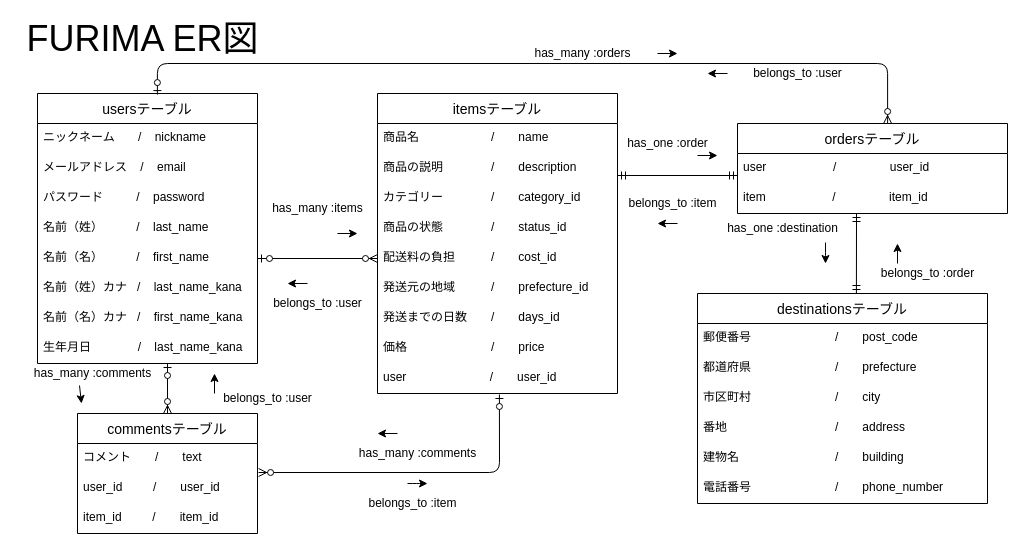
Earlier version of the draw.io diagram test.dio (UzTk4/furima-38183). Source tidied: cells renumbered, new cells numbered last; positions are measured from the earlier drawing's top-left corner, leaving out a move shared by most shapes. Both pictures are drawn from the tidied source at 100%, with x=0, y=0 at pixel (17, 23).
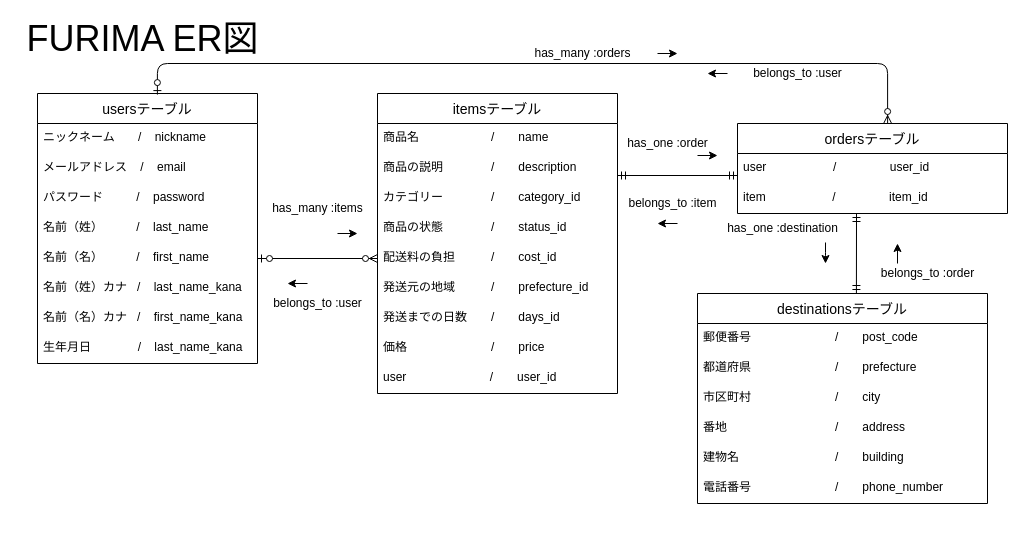
The same page after the edit.

Commit message (it also covers changes not shown here):
commentsテーブルの削除

The change refers to these unchanged cells:
```xml
<mxCell id="21" value="user　　    　　　   /　　user_id" style="text;strokeColor=none;fillColor=none;spacingLeft=4;spacingRight=4;overflow=hidden;points=[[0,0.5],[1,0.5]];portConstraint=eastwest;fontSize=12;" parent="12" vertex="1">
  <mxGeometry y="270" width="240" height="30" as="geometry" />
</mxCell>
```

What changed in the source:
```diff
@@
-    <mxCell id="29" value="commentsテーブル" style="swimlane;fontStyle=0;horizontal=1;startSize=30;align=center;fontSize=14;" parent="1" vertex="1">
-      <mxGeometry x="60" y="390" width="180" height="120" as="geometry" />
-    </mxCell>
-    <mxCell id="30" value="コメント　　/　　text" style="text;strokeColor=none;fillColor=none;spacingLeft=4;spacingRight=4;overflow=hidden;fontSize=12;" parent="29" vertex="1">
-      <mxGeometry y="30" width="180" height="30" as="geometry" />
-    </mxCell>
-    <mxCell id="31" value="user_id　　  /　　user_id" style="text;strokeColor=none;fillColor=none;spacingLeft=4;spacingRight=4;overflow=hidden;points=[[0,0.5],[1,0.5]];portConstraint=eastwest;fontSize=12;" parent="29" vertex="1">
-      <mxGeometry y="60" width="180" height="30" as="geometry" />
-    </mxCell>
-    <mxCell id="32" value="item_id　　  /　　item_id" style="text;strokeColor=none;fillColor=none;spacingLeft=4;spacingRight=4;overflow=hidden;fontSize=12;" parent="29" vertex="1">
-      <mxGeometry y="90" width="180" height="30" as="geometry" />
-    </mxCell>
-    <mxCell id="33" style="fontSize=12;html=1;endArrow=ERzeroToMany;startArrow=ERzeroToOne;entryX=0.5;entryY=0;entryDx=0;entryDy=0;" parent="1" edge="1" target="29">
-      <mxGeometry relative="1" as="geometry">
-        <mxPoint x="150" y="340" as="sourcePoint" />
-      </mxGeometry>
-    </mxCell>
-    <mxCell id="34" style="fontSize=12;html=1;endArrow=ERzeroToMany;startArrow=ERzeroToOne;exitX=0.508;exitY=1.033;exitDx=0;exitDy=0;exitPerimeter=0;entryX=1.006;entryY=-0.033;entryDx=0;entryDy=0;entryPerimeter=0;" parent="1" edge="1" source="21" target="31">
-      <mxGeometry relative="1" as="geometry">
-        <Array as="points">
-          <mxPoint x="482" y="449" />
-        </Array>
-      </mxGeometry>
-    </mxCell>
@@
-    <mxCell id="49" value="belongs_to :item" style="text;html=1;align=center;verticalAlign=middle;strokeColor=none;fillColor=none;" parent="1" vertex="1">
-      <mxGeometry x="345" y="470" width="100" height="20" as="geometry" />
-    </mxCell>
-    <mxCell id="50" value="has_many :comments" style="text;html=1;align=center;verticalAlign=middle;strokeColor=none;fillColor=none;" parent="1" vertex="1">
-      <mxGeometry x="335" y="420" width="130" height="20" as="geometry" />
-    </mxCell>
-    <mxCell id="51" style="edgeStyle=none;html=1;" parent="1" edge="1">
-      <mxGeometry relative="1" as="geometry">
-        <mxPoint x="380" y="410" as="sourcePoint" />
-        <mxPoint x="360" y="410" as="targetPoint" />
-        <Array as="points">
-          <mxPoint x="360" y="410" />
-        </Array>
-      </mxGeometry>
-    </mxCell>
@@
-    <mxCell id="57" value="has_many :comments" style="text;html=1;align=center;verticalAlign=middle;points=[];strokeColor=none;fillColor=none;" parent="1" vertex="1">
-      <mxGeometry x="10" y="340" width="130" height="20" as="geometry" />
-    </mxCell>
-    <mxCell id="58" value="belongs_to :user" style="text;html=1;align=center;verticalAlign=middle;strokeColor=none;fillColor=none;" parent="1" vertex="1">
-      <mxGeometry x="200" y="365" width="100" height="20" as="geometry" />
-    </mxCell>
-    <mxCell id="59" style="endArrow=classic;html=1;" parent="1" edge="1">
-      <mxGeometry relative="1" as="geometry">
-        <mxPoint x="197" y="370" as="sourcePoint" />
-        <mxPoint x="197" y="350" as="targetPoint" />
-      </mxGeometry>
-    </mxCell>
-    <mxCell id="60" style="endArrow=classic;html=1;exitX=0.4;exitY=1.1;exitDx=0;exitDy=0;exitPerimeter=0;" parent="1" edge="1" source="57">
-      <mxGeometry relative="1" as="geometry">
-        <mxPoint x="64" y="380" as="targetPoint" />
-      </mxGeometry>
-    </mxCell>
@@
-    <mxCell id="65" style="endArrow=classic;html=1;" parent="1" edge="1">
-      <mxGeometry relative="1" as="geometry">
-        <mxPoint x="390" y="460" as="sourcePoint" />
-        <mxPoint x="410" y="460" as="targetPoint" />
-        <Array as="points">
-          <mxPoint x="400" y="460" />
-        </Array>
-      </mxGeometry>
-    </mxCell>
```
